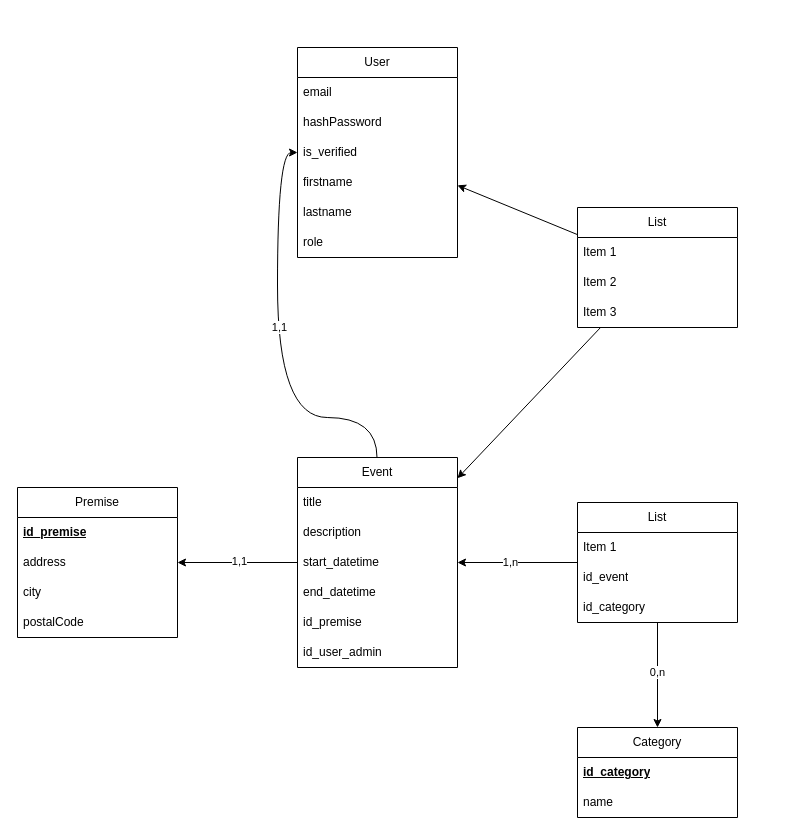
This is Merise/MPD_Projet_Fil_Rouge.drawio from Mzk-Ali/M2I_Projet_Fil_Rouge_Conception, a draw.io file, before an edit. Source tidied: cells renumbered, new cells numbered last; positions are measured from the earlier drawing's top-left corner, leaving out a move shared by most shapes. Both pictures are drawn from the tidied source at 100%, with x=0, y=0 at pixel (17, 47).
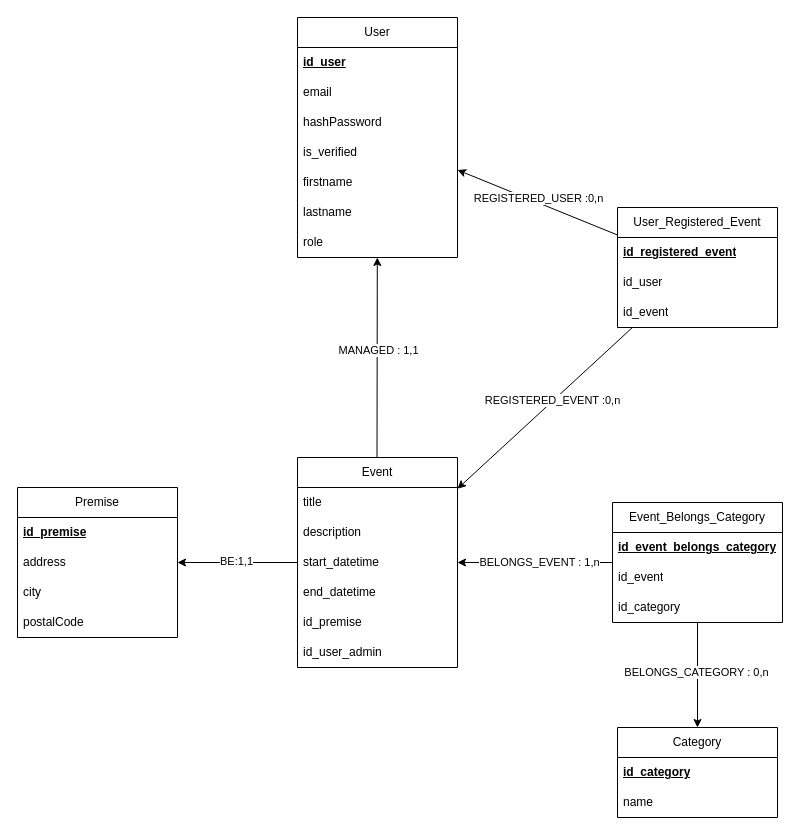
Above is the later version.

Commit message (it also covers changes not shown here):
Mettre à jour MPD_Projet_Fil_Rouge.drawio

The change refers to these unchanged cells:
```xml
<mxCell id="11" style="rounded=0;jettySize=auto;html=1;" parent="1" edge="1" source="33" target="14">
  <mxGeometry relative="1" as="geometry" />
</mxCell>
<mxCell id="13" style="rounded=0;jettySize=auto;html=1;" parent="1" edge="1" source="38" target="14">
  <mxGeometry relative="1" as="geometry" />
</mxCell>
<mxCell id="21" style="rounded=0;jettySize=auto;html=1;" parent="1" edge="1" source="14" target="23">
  <mxGeometry relative="1" as="geometry" />
</mxCell>
<mxCell id="28" style="rounded=0;jettySize=auto;html=1;" parent="1" edge="1" source="33" target="30">
  <mxGeometry relative="1" as="geometry" />
</mxCell>
<mxCell id="37" style="rounded=0;jettySize=auto;html=1;" parent="1" edge="1" source="38" target="4">
  <mxGeometry relative="1" as="geometry" />
</mxCell>
```

The edit, as a diff of the source:
```diff
@@
-    <mxCell id="2" style="rounded=0;jettySize=auto;html=1;edgeStyle=orthogonalEdgeStyle;curved=1;entryX=0;entryY=0.5;entryDx=0;entryDy=0;" parent="1" edge="1" target="7">
+    <mxCell id="2" style="rounded=0;jettySize=auto;html=1;" parent="1" edge="1" target="4">
       <mxGeometry relative="1" as="geometry">
         <mxPoint x="359.5" y="410" as="sourcePoint" />
-        <Array as="points">
-          <mxPoint x="360" y="370" />
-          <mxPoint x="260" y="370" />
-          <mxPoint x="260" y="105" />
-        </Array>
       </mxGeometry>
     </mxCell>
-    <mxCell id="3" value="1,1" style="edgeLabel;html=1;align=center;verticalAlign=middle;" parent="2" vertex="1">
+    <mxCell id="3" value="MANAGED : 1,1" style="edgeLabel;html=1;align=center;verticalAlign=middle;" parent="2" vertex="1">
       <mxGeometry x="0.09" y="-1" relative="1" as="geometry">
         <mxPoint y="1" as="offset" />
       </mxGeometry>
     </mxCell>
     <mxCell id="4" value="User" style="swimlane;fontStyle=0;horizontal=1;startSize=30;whiteSpace=wrap;html=1;" parent="1" vertex="1">
-      <mxGeometry x="280" width="160" height="210" as="geometry" />
+      <mxGeometry x="280" y="-30" width="160" height="240" as="geometry" />
     </mxCell>
+    <mxCell id="42" value="&lt;b&gt;&lt;u&gt;id_user&lt;/u&gt;&lt;/b&gt;" style="text;strokeColor=none;fillColor=none;align=left;verticalAlign=middle;spacingLeft=4;spacingRight=4;overflow=hidden;whiteSpace=wrap;html=1;" parent="4" vertex="1">
+      <mxGeometry y="30" width="160" height="30" as="geometry" />
+    </mxCell>
     <mxCell id="5" value="email" style="text;strokeColor=none;fillColor=none;align=left;verticalAlign=middle;spacingLeft=4;spacingRight=4;overflow=hidden;whiteSpace=wrap;html=1;" parent="4" vertex="1">
-      <mxGeometry y="30" width="160" height="30" as="geometry" />
+      <mxGeometry y="60" width="160" height="30" as="geometry" />
     </mxCell>
     <mxCell id="6" value="hashPassword" style="text;strokeColor=none;fillColor=none;align=left;verticalAlign=middle;spacingLeft=4;spacingRight=4;overflow=hidden;whiteSpace=wrap;html=1;" parent="4" vertex="1">
-      <mxGeometry y="60" width="160" height="30" as="geometry" />
+      <mxGeometry y="90" width="160" height="30" as="geometry" />
     </mxCell>
     <mxCell id="7" value="is_verified" style="text;strokeColor=none;fillColor=none;align=left;verticalAlign=middle;spacingLeft=4;spacingRight=4;overflow=hidden;points=[[0,0.5],[1,0.5]];portConstraint=eastwest;whiteSpace=wrap;html=1;" parent="4" vertex="1">
-      <mxGeometry y="90" width="160" height="30" as="geometry" />
+      <mxGeometry y="120" width="160" height="30" as="geometry" />
     </mxCell>
     <mxCell id="8" value="firstname" style="text;strokeColor=none;fillColor=none;align=left;verticalAlign=middle;spacingLeft=4;spacingRight=4;overflow=hidden;whiteSpace=wrap;html=1;" parent="4" vertex="1">
-      <mxGeometry y="120" width="160" height="30" as="geometry" />
+      <mxGeometry y="150" width="160" height="30" as="geometry" />
     </mxCell>
     <mxCell id="9" value="lastname" style="text;strokeColor=none;fillColor=none;align=left;verticalAlign=middle;spacingLeft=4;spacingRight=4;overflow=hidden;whiteSpace=wrap;html=1;" parent="4" vertex="1">
-      <mxGeometry y="150" width="160" height="30" as="geometry" />
+      <mxGeometry y="180" width="160" height="30" as="geometry" />
     </mxCell>
     <mxCell id="10" value="role" style="text;strokeColor=none;fillColor=none;align=left;verticalAlign=middle;spacingLeft=4;spacingRight=4;overflow=hidden;whiteSpace=wrap;html=1;" parent="4" vertex="1">
-      <mxGeometry y="180" width="160" height="30" as="geometry" />
+      <mxGeometry y="210" width="160" height="30" as="geometry" />
     </mxCell>
@@
-    <mxCell id="12" value="1,n" style="edgeLabel;html=1;align=center;verticalAlign=middle;" parent="11" vertex="1">
-      <mxGeometry x="0.13" y="-1" relative="1" as="geometry" />
+    <mxCell id="12" value="BELONGS_EVENT : 1,n" style="edgeLabel;html=1;align=center;verticalAlign=middle;" parent="11" vertex="1">
+      <mxGeometry x="0.13" y="-1" relative="1" as="geometry">
+        <mxPoint x="14" as="offset" />
+      </mxGeometry>
     </mxCell>
@@
+    <mxCell id="43" value="REGISTERED_EVENT :0,n" style="edgeLabel;html=1;align=center;verticalAlign=middle;" parent="13" vertex="1">
+      <mxGeometry x="-0.08" relative="1" as="geometry">
+        <mxPoint y="-1" as="offset" />
+      </mxGeometry>
+    </mxCell>
@@
-    <mxCell id="22" value="1,1" style="edgeLabel;html=1;align=center;verticalAlign=middle;" parent="21" vertex="1">
-      <mxGeometry x="-0.02" y="-2" relative="1" as="geometry" />
+    <mxCell id="22" value="BE:1,1" style="edgeLabel;html=1;align=center;verticalAlign=middle;" parent="21" vertex="1">
+      <mxGeometry x="-0.02" y="-2" relative="1" as="geometry">
+        <mxPoint x="-3" as="offset" />
+      </mxGeometry>
     </mxCell>
@@
-    <mxCell id="29" value="0,n" style="edgeLabel;html=1;align=center;verticalAlign=middle;" parent="28" vertex="1">
-      <mxGeometry x="-0.07" y="-1" relative="1" as="geometry" />
+    <mxCell id="29" value="BELONGS_CATEGORY : 0,n" style="edgeLabel;html=1;align=center;verticalAlign=middle;" parent="28" vertex="1">
+      <mxGeometry x="-0.07" y="-1" relative="1" as="geometry">
+        <mxPoint x="-1" as="offset" />
+      </mxGeometry>
     </mxCell>
     <mxCell id="30" value="Category" style="swimlane;fontStyle=0;horizontal=1;startSize=30;whiteSpace=wrap;html=1;" parent="1" vertex="1">
-      <mxGeometry x="560" y="680" width="160" height="90" as="geometry" />
+      <mxGeometry x="600" y="680" width="160" height="90" as="geometry" />
     </mxCell>
@@
-    <mxCell id="33" value="List" style="swimlane;fontStyle=0;horizontal=1;startSize=30;whiteSpace=wrap;html=1;" parent="1" vertex="1">
-      <mxGeometry x="560" y="455" width="160" height="120" as="geometry" />
+    <mxCell id="33" value="&lt;span&gt;Event_Belongs_Category&lt;/span&gt;" style="swimlane;fontStyle=0;horizontal=1;startSize=30;whiteSpace=wrap;html=1;" parent="1" vertex="1">
+      <mxGeometry x="595" y="455" width="170" height="120" as="geometry" />
     </mxCell>
-    <mxCell id="34" value="Item 1" style="text;strokeColor=none;fillColor=none;align=left;verticalAlign=middle;spacingLeft=4;spacingRight=4;overflow=hidden;whiteSpace=wrap;html=1;" parent="33" vertex="1">
-      <mxGeometry y="30" width="160" height="30" as="geometry" />
+    <mxCell id="34" value="&lt;u&gt;&lt;b&gt;id_event_belongs_category&lt;/b&gt;&lt;/u&gt;" style="text;strokeColor=none;fillColor=none;align=left;verticalAlign=middle;spacingLeft=4;spacingRight=4;overflow=hidden;whiteSpace=wrap;html=1;" parent="33" vertex="1">
+      <mxGeometry y="30" width="170" height="30" as="geometry" />
     </mxCell>
     <mxCell id="35" value="id_event" style="text;strokeColor=none;fillColor=none;align=left;verticalAlign=middle;spacingLeft=4;spacingRight=4;overflow=hidden;whiteSpace=wrap;html=1;" parent="33" vertex="1">
-      <mxGeometry y="60" width="160" height="30" as="geometry" />
+      <mxGeometry y="60" width="170" height="30" as="geometry" />
     </mxCell>
     <mxCell id="36" value="id_category" style="text;strokeColor=none;fillColor=none;align=left;verticalAlign=middle;spacingLeft=4;spacingRight=4;overflow=hidden;whiteSpace=wrap;html=1;" parent="33" vertex="1">
-      <mxGeometry y="90" width="160" height="30" as="geometry" />
+      <mxGeometry y="90" width="170" height="30" as="geometry" />
     </mxCell>
@@
+    <mxCell id="44" value="REGISTERED_USER :0,n" style="edgeLabel;html=1;align=center;verticalAlign=middle;" parent="37" vertex="1">
+      <mxGeometry x="0.21" y="-1" relative="1" as="geometry">
+        <mxPoint x="16" y="3" as="offset" />
+      </mxGeometry>
+    </mxCell>
-    <mxCell id="38" value="List" style="swimlane;fontStyle=0;horizontal=1;startSize=30;whiteSpace=wrap;html=1;" parent="1" vertex="1">
-      <mxGeometry x="560" y="160" width="160" height="120" as="geometry" />
+    <mxCell id="38" value="&lt;span&gt;User_Registered_Event&lt;/span&gt;" style="swimlane;fontStyle=0;horizontal=1;startSize=30;whiteSpace=wrap;html=1;" parent="1" vertex="1">
+      <mxGeometry x="600" y="160" width="160" height="120" as="geometry" />
     </mxCell>
-    <mxCell id="39" value="Item 1" style="text;strokeColor=none;fillColor=none;align=left;verticalAlign=middle;spacingLeft=4;spacingRight=4;overflow=hidden;whiteSpace=wrap;html=1;" parent="38" vertex="1">
+    <mxCell id="39" value="&lt;b&gt;&lt;u&gt;id_registered_event&lt;/u&gt;&lt;/b&gt;" style="text;strokeColor=none;fillColor=none;align=left;verticalAlign=middle;spacingLeft=4;spacingRight=4;overflow=hidden;whiteSpace=wrap;html=1;" parent="38" vertex="1">
       <mxGeometry y="30" width="160" height="30" as="geometry" />
     </mxCell>
-    <mxCell id="40" value="Item 2" style="text;strokeColor=none;fillColor=none;align=left;verticalAlign=middle;spacingLeft=4;spacingRight=4;overflow=hidden;whiteSpace=wrap;html=1;" parent="38" vertex="1">
+    <mxCell id="40" value="id_user" style="text;strokeColor=none;fillColor=none;align=left;verticalAlign=middle;spacingLeft=4;spacingRight=4;overflow=hidden;whiteSpace=wrap;html=1;" parent="38" vertex="1">
       <mxGeometry y="60" width="160" height="30" as="geometry" />
     </mxCell>
-    <mxCell id="41" value="Item 3" style="text;strokeColor=none;fillColor=none;align=left;verticalAlign=middle;spacingLeft=4;spacingRight=4;overflow=hidden;whiteSpace=wrap;html=1;" parent="38" vertex="1">
+    <mxCell id="41" value="id_event" style="text;strokeColor=none;fillColor=none;align=left;verticalAlign=middle;spacingLeft=4;spacingRight=4;overflow=hidden;whiteSpace=wrap;html=1;" parent="38" vertex="1">
       <mxGeometry y="90" width="160" height="30" as="geometry" />
     </mxCell>
```
